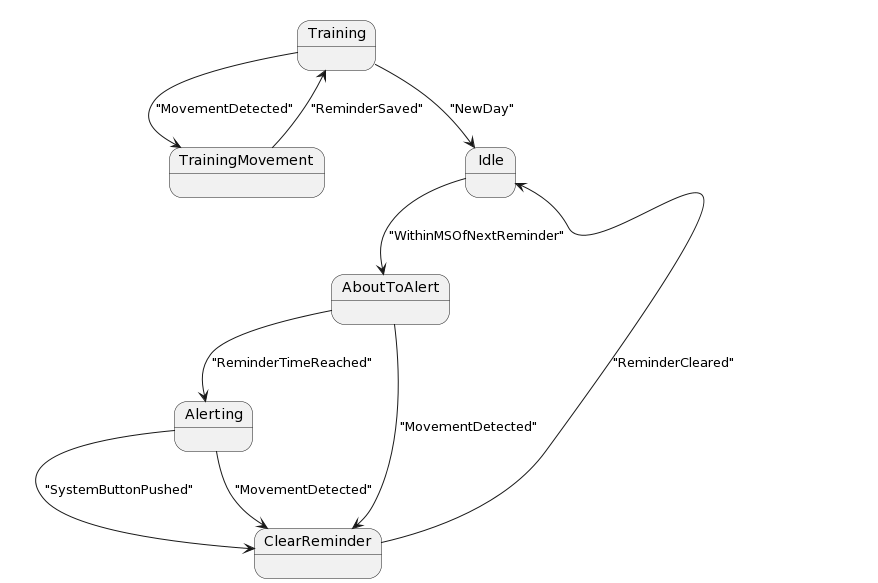
Above: docs/state-machine-planttext.uml.png in eejai42/med-reminder (PlantUML), before the change.
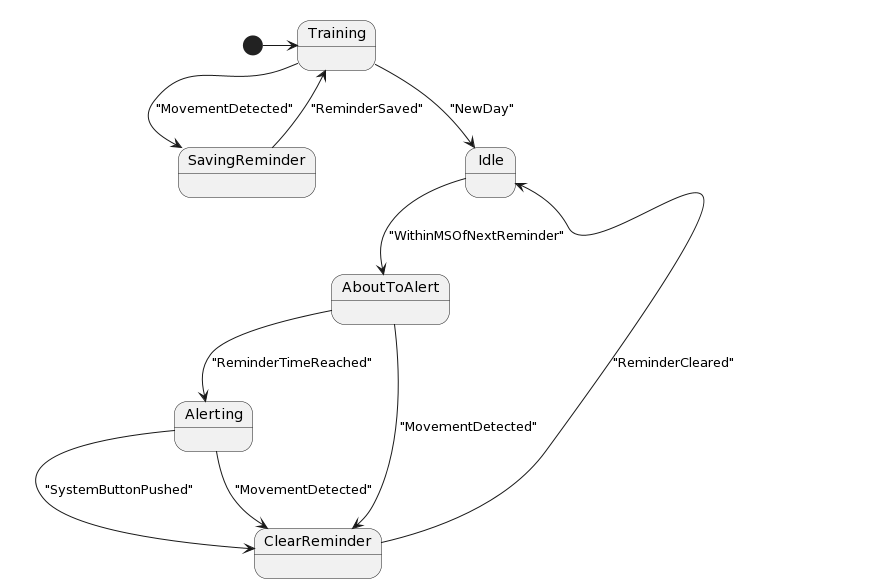
The same diagram one commit later.

Diff of the diagram source:
```diff
@@ -1,16 +1,17 @@
 @startuml
+[*] -> Training
 state Training
-state TrainingMovement
+state SavingReminder
 state Idle
 state AboutToAlert
 state Alerting
 state ClearReminder
 
-Training --> TrainingMovement : "MovementDetected"
+Training --> SavingReminder : "MovementDetected"
 
 Training --> Idle : "NewDay"
 
-TrainingMovement --> Training : "ReminderSaved"
+SavingReminder --> Training : "ReminderSaved"
 
 Idle --> AboutToAlert : "WithinMSOfNextReminder"
 
```
